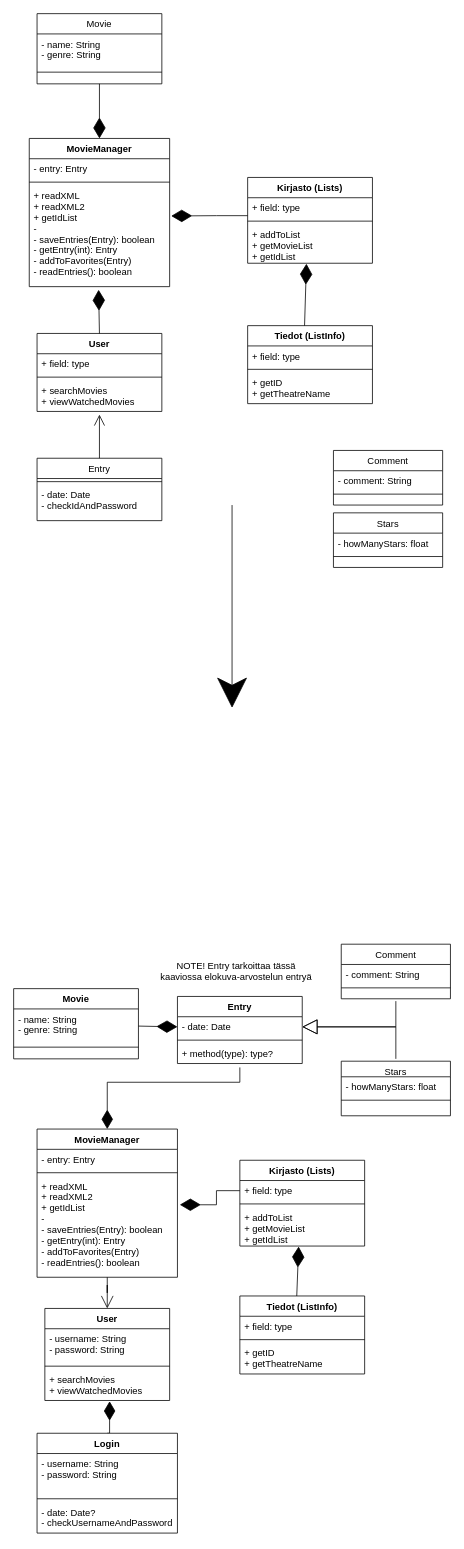
This is Untitled Diagram.drawio from DeveloperLauri/UML-charts-draw.io, a draw.io file, before an edit. Source tidied: cells renumbered, new cells numbered last; positions are measured from the earlier drawing's top-left corner, leaving out a move shared by most shapes. Both pictures are drawn from the tidied source at 78%, with x=0, y=0 at pixel (13, 13).
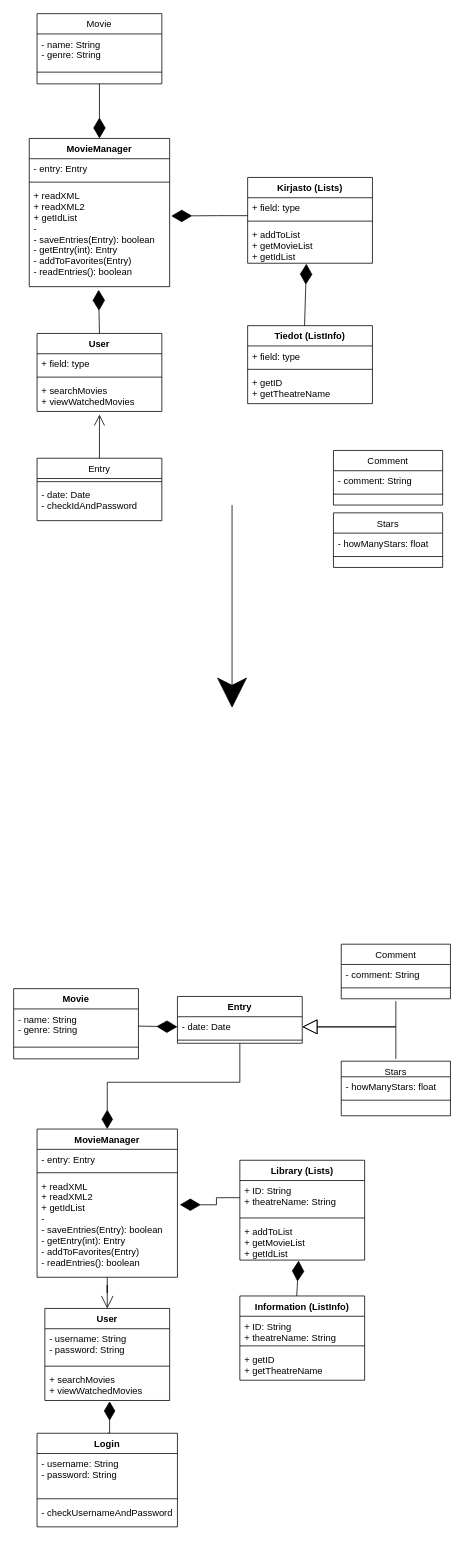
Above is the later version.

Unchanged cells that the change refers to:
```xml
<mxCell id="49" value="MovieManager" style="swimlane;fontStyle=1;align=center;verticalAlign=top;horizontal=1;startSize=26;" parent="1" vertex="1">
  <mxGeometry x="30" y="1430" width="180" height="190" as="geometry" />
</mxCell>
```

The edit, as a diff of the source:
```diff
@@
-    <mxCell id="44" style="edgeStyle=orthogonalEdgeStyle;rounded=0;jettySize=auto;html=1;entryX=0.5;entryY=0;entryDx=0;entryDy=0;startArrow=none;startFill=0;endArrow=diamondThin;endFill=1;startSize=17;endSize=22;sourcePerimeterSpacing=3;targetPerimeterSpacing=3;exitX=0.5;exitY=1.192;exitDx=0;exitDy=0;exitPerimeter=0;" parent="1" edge="1" source="75" target="49">
+    <mxCell id="44" style="edgeStyle=orthogonalEdgeStyle;rounded=0;jettySize=auto;html=1;entryX=0.5;entryY=0;entryDx=0;entryDy=0;startArrow=none;startFill=0;endArrow=diamondThin;endFill=1;startSize=17;endSize=22;sourcePerimeterSpacing=3;targetPerimeterSpacing=3;exitX=0.5;exitY=1;exitDx=0;exitDy=0;" parent="1" edge="1" source="72" target="49">
       <mxGeometry relative="1" as="geometry">
         <Array as="points">
           <mxPoint x="290" y="1370" />
           <mxPoint x="120" y="1370" />
         </Array>
       </mxGeometry>
     </mxCell>
@@
-    <mxCell id="57" value="Kirjasto (Lists)" style="swimlane;fontStyle=1;align=center;verticalAlign=top;horizontal=1;startSize=26;" parent="1" vertex="1">
-      <mxGeometry x="290" y="1470" width="160" height="110" as="geometry" />
+    <mxCell id="57" value="Library (Lists)" style="swimlane;fontStyle=1;align=center;verticalAlign=top;horizontal=1;startSize=26;" parent="1" vertex="1">
+      <mxGeometry x="290" y="1470" width="160" height="128" as="geometry" />
     </mxCell>
-    <mxCell id="58" value="+ field: type" style="text;strokeColor=none;fillColor=none;align=left;verticalAlign=top;spacingLeft=4;spacingRight=4;overflow=hidden;points=[[0,0.5],[1,0.5]];portConstraint=eastwest;" parent="57" vertex="1">
-      <mxGeometry y="26" width="160" height="26" as="geometry" />
+    <mxCell id="58" value="+ ID: String&#10;+ theatreName: String" style="text;strokeColor=none;fillColor=none;align=left;verticalAlign=top;spacingLeft=4;spacingRight=4;overflow=hidden;points=[[0,0.5],[1,0.5]];portConstraint=eastwest;" parent="57" vertex="1">
+      <mxGeometry y="26" width="160" height="44" as="geometry" />
     </mxCell>
     <mxCell id="59" style="line;strokeWidth=1;fillColor=none;align=left;verticalAlign=middle;spacingTop=-1;spacingLeft=3;spacingRight=3;labelPosition=right;" parent="57" vertex="1">
-      <mxGeometry y="52" width="160" height="8" as="geometry" />
+      <mxGeometry y="70" width="160" height="8" as="geometry" />
     </mxCell>
     <mxCell id="60" value="+ addToList&#10;+ getMovieList&#10;+ getIdList" style="text;strokeColor=none;fillColor=none;align=left;verticalAlign=top;spacingLeft=4;spacingRight=4;overflow=hidden;points=[[0,0.5],[1,0.5]];portConstraint=eastwest;" parent="57" vertex="1">
-      <mxGeometry y="60" width="160" height="50" as="geometry" />
+      <mxGeometry y="78" width="160" height="50" as="geometry" />
     </mxCell>
-    <mxCell id="61" value="Tiedot (ListInfo)" style="swimlane;fontStyle=1;align=center;verticalAlign=top;horizontal=1;startSize=26;" parent="1" vertex="1">
-      <mxGeometry x="290" y="1644" width="160" height="100" as="geometry" />
+    <mxCell id="61" value="Information (ListInfo)" style="swimlane;fontStyle=1;align=center;verticalAlign=top;horizontal=1;startSize=26;" parent="1" vertex="1">
+      <mxGeometry x="290" y="1644" width="160" height="108" as="geometry" />
     </mxCell>
-    <mxCell id="62" value="+ field: type" style="text;strokeColor=none;fillColor=none;align=left;verticalAlign=top;spacingLeft=4;spacingRight=4;overflow=hidden;" parent="61" vertex="1">
-      <mxGeometry y="26" width="160" height="26" as="geometry" />
+    <mxCell id="62" value="+ ID: String&#10;+ theatreName: String" style="text;strokeColor=none;fillColor=none;align=left;verticalAlign=top;spacingLeft=4;spacingRight=4;overflow=hidden;" parent="61" vertex="1">
+      <mxGeometry y="26" width="160" height="34" as="geometry" />
     </mxCell>
     <mxCell id="63" style="line;strokeWidth=1;fillColor=none;align=left;verticalAlign=middle;spacingTop=-1;spacingLeft=3;spacingRight=3;labelPosition=right;" parent="61" vertex="1">
-      <mxGeometry y="52" width="160" height="8" as="geometry" />
+      <mxGeometry y="60" width="160" height="8" as="geometry" />
     </mxCell>
     <mxCell id="64" value="+ getID&#10;+ getTheatreName" style="text;strokeColor=none;fillColor=none;align=left;verticalAlign=top;spacingLeft=4;spacingRight=4;overflow=hidden;" parent="61" vertex="1">
-      <mxGeometry y="60" width="160" height="40" as="geometry" />
+      <mxGeometry y="68" width="160" height="40" as="geometry" />
     </mxCell>
@@
     <mxCell id="68" value="Login" style="swimlane;fontStyle=1;align=center;verticalAlign=top;horizontal=1;startSize=26;" parent="1" vertex="1">
-      <mxGeometry x="30" y="1820" width="180" height="128" as="geometry" />
+      <mxGeometry x="30" y="1820" width="180" height="120" as="geometry" />
     </mxCell>
@@
-    <mxCell id="71" value="- date: Date?&#10;- checkUsernameAndPassword" style="text;strokeColor=none;fillColor=none;align=left;verticalAlign=top;spacingLeft=4;spacingRight=4;overflow=hidden;" parent="68" vertex="1">
-      <mxGeometry y="88" width="180" height="40" as="geometry" />
+    <mxCell id="71" value="- checkUsernameAndPassword" style="text;strokeColor=none;fillColor=none;align=left;verticalAlign=top;spacingLeft=4;spacingRight=4;overflow=hidden;" parent="68" vertex="1">
+      <mxGeometry y="88" width="180" height="32" as="geometry" />
     </mxCell>
     <mxCell id="72" value="Entry" style="swimlane;fontStyle=1;align=center;verticalAlign=top;horizontal=1;startSize=26;" parent="1" vertex="1">
-      <mxGeometry x="210" y="1260" width="160" height="86" as="geometry" />
+      <mxGeometry x="210" y="1260" width="160" height="60" as="geometry" />
     </mxCell>
@@
-    <mxCell id="75" value="+ method(type): type?" style="text;strokeColor=none;fillColor=none;align=left;verticalAlign=top;spacingLeft=4;spacingRight=4;overflow=hidden;points=[[0,0.5],[1,0.5]];portConstraint=eastwest;" parent="72" vertex="1">
-      <mxGeometry y="60" width="160" height="26" as="geometry" />
-    </mxCell>
-    <mxCell id="76" value="NOTE! Entry tarkoittaa tässä&lt;br&gt;kaaviossa elokuva-arvostelun entryä" style="text;html=1;align=center;verticalAlign=middle;strokeColor=none;fillColor=none;" parent="1" vertex="1">
-      <mxGeometry x="180" y="1213" width="210" height="30" as="geometry" />
-    </mxCell>
```
